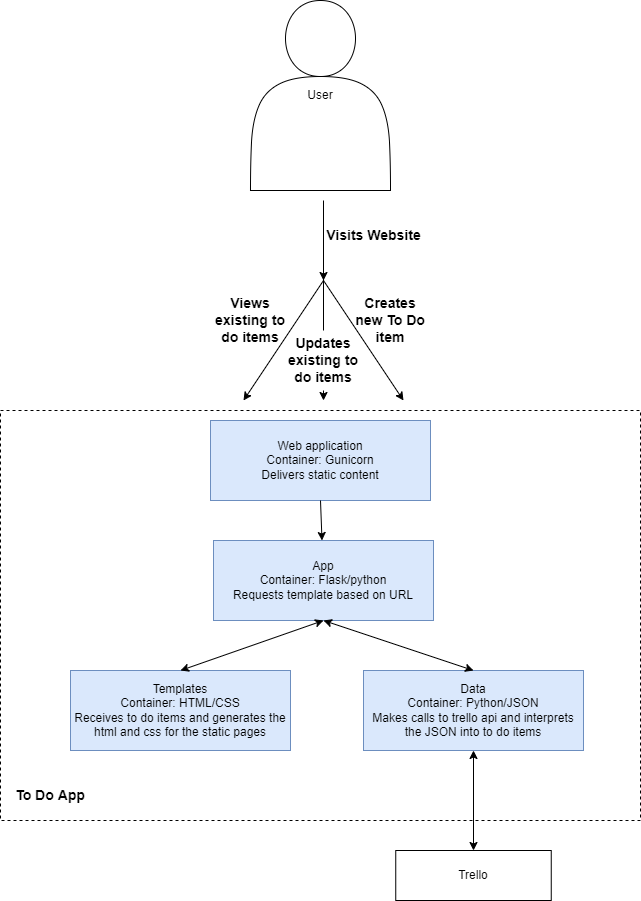
Earlier version of the draw.io export Documentation/To Do App - Component Diagram.png (KeithLev/Devops-Course-Starter). Source tidied: cells renumbered, new cells last; positions are measured from the earlier drawing's top-left corner, leaving out a move shared by most shapes. Source of this version:
```xml
<mxGraphModel>
  <root>
    <mxCell id="0" />
    <mxCell id="1" parent="0" />
    <mxCell id="2" value="User" style="shape=actor;whiteSpace=wrap;html=1;" parent="1" vertex="1">
      <mxGeometry x="250" width="140" height="190" as="geometry" />
    </mxCell>
    <mxCell id="3" style="endArrow=classic;html=1;rounded=0;" parent="1" edge="1">
      <mxGeometry relative="1" as="geometry">
        <mxPoint x="323" y="200" as="sourcePoint" />
        <mxPoint x="323" y="280" as="targetPoint" />
      </mxGeometry>
    </mxCell>
    <mxCell id="4" value="Visits Website" style="text;html=1;strokeColor=none;fillColor=none;align=center;verticalAlign=middle;whiteSpace=wrap;rounded=0;fontStyle=1;fontSize=14;" parent="1" vertex="1">
      <mxGeometry x="320" y="210" width="107" height="50" as="geometry" />
    </mxCell>
    <mxCell id="5" style="endArrow=classic;html=1;rounded=0;" parent="1" edge="1">
      <mxGeometry relative="1" as="geometry">
        <mxPoint x="323" y="280" as="sourcePoint" />
        <mxPoint x="243" y="400" as="targetPoint" />
      </mxGeometry>
    </mxCell>
    <mxCell id="6" style="endArrow=classic;html=1;rounded=0;startArrow=none;" parent="1" edge="1" source="9">
      <mxGeometry relative="1" as="geometry">
        <mxPoint x="323" y="400" as="targetPoint" />
      </mxGeometry>
    </mxCell>
    <mxCell id="7" style="endArrow=classic;html=1;rounded=0;" parent="1" edge="1">
      <mxGeometry relative="1" as="geometry">
        <mxPoint x="323" y="280" as="sourcePoint" />
        <mxPoint x="403" y="400" as="targetPoint" />
      </mxGeometry>
    </mxCell>
    <mxCell id="8" value="Views existing to do items" style="text;html=1;strokeColor=none;fillColor=none;align=center;verticalAlign=middle;whiteSpace=wrap;rounded=0;fontStyle=1;fontSize=14;" parent="1" vertex="1">
      <mxGeometry x="210" y="290" width="80" height="60" as="geometry" />
    </mxCell>
    <mxCell id="9" value="Updates existing to do items" style="text;html=1;strokeColor=none;fillColor=none;align=center;verticalAlign=middle;whiteSpace=wrap;rounded=0;fontStyle=1;fontSize=14;" parent="1" vertex="1">
      <mxGeometry x="283" y="330" width="80" height="60" as="geometry" />
    </mxCell>
    <mxCell id="10" style="endArrow=none;html=1;rounded=0;" parent="1" edge="1" target="9">
      <mxGeometry relative="1" as="geometry">
        <mxPoint x="323" y="270" as="sourcePoint" />
      </mxGeometry>
    </mxCell>
    <mxCell id="11" value="Creates new To Do item" style="text;html=1;strokeColor=none;fillColor=none;align=center;verticalAlign=middle;whiteSpace=wrap;rounded=0;fontStyle=1;fontSize=14;" parent="1" vertex="1">
      <mxGeometry x="350" y="300" width="80" height="40" as="geometry" />
    </mxCell>
    <mxCell id="12" style="rounded=0;whiteSpace=wrap;html=1;fillColor=none;dashed=1;" parent="1" vertex="1">
      <mxGeometry y="410" width="640" height="410" as="geometry" />
    </mxCell>
    <mxCell id="13" value="Web application&lt;br&gt;Container: Gunicorn&lt;br&gt;Delivers static content" style="rounded=0;whiteSpace=wrap;html=1;fillColor=#dae8fc;strokeColor=#6c8ebf;" parent="1" vertex="1">
      <mxGeometry x="210" y="420" width="220" height="80" as="geometry" />
    </mxCell>
    <mxCell id="14" value="Templates&lt;br&gt;Container: HTML/CSS&lt;br&gt;Receives to do items and generates the html and css for the static pages" style="rounded=0;whiteSpace=wrap;html=1;fillColor=#dae8fc;strokeColor=#6c8ebf;" parent="1" vertex="1">
      <mxGeometry x="70" y="670" width="220" height="80" as="geometry" />
    </mxCell>
    <mxCell id="15" value="Data&lt;br&gt;Container: Python/JSON&lt;br&gt;Makes calls to trello api and interprets the JSON into to do items" style="rounded=0;whiteSpace=wrap;html=1;fillColor=#dae8fc;strokeColor=#6c8ebf;" parent="1" vertex="1">
      <mxGeometry x="363" y="670" width="220" height="80" as="geometry" />
    </mxCell>
    <mxCell id="16" value="App&lt;br&gt;Container: Flask/python&lt;br&gt;Requests template based on URL" style="rounded=0;whiteSpace=wrap;html=1;fillColor=#dae8fc;strokeColor=#6c8ebf;" parent="1" vertex="1">
      <mxGeometry x="213" y="540" width="220" height="80" as="geometry" />
    </mxCell>
    <mxCell id="17" style="endArrow=classic;html=1;rounded=0;exitX=0.5;exitY=1;exitDx=0;exitDy=0;" parent="1" edge="1" source="13" target="16">
      <mxGeometry relative="1" as="geometry" />
    </mxCell>
    <mxCell id="18" style="endArrow=classic;startArrow=classic;html=1;rounded=0;exitX=0.5;exitY=0;exitDx=0;exitDy=0;entryX=0.5;entryY=1;entryDx=0;entryDy=0;" parent="1" edge="1" source="14" target="16">
      <mxGeometry relative="1" as="geometry" />
    </mxCell>
    <mxCell id="19" style="endArrow=classic;startArrow=classic;html=1;rounded=0;exitX=0.5;exitY=0;exitDx=0;exitDy=0;entryX=0.5;entryY=1;entryDx=0;entryDy=0;" parent="1" edge="1" source="15" target="16">
      <mxGeometry relative="1" as="geometry" />
    </mxCell>
    <mxCell id="20" value="To Do App" style="text;html=1;strokeColor=none;fillColor=none;align=center;verticalAlign=middle;whiteSpace=wrap;rounded=0;fontStyle=1;fontSize=14;" parent="1" vertex="1">
      <mxGeometry x="10" y="780" width="80" height="30" as="geometry" />
    </mxCell>
    <mxCell id="21" value="Trello" style="rounded=0;whiteSpace=wrap;html=1;fillColor=default;" parent="1" vertex="1">
      <mxGeometry x="395.2" y="850" width="155.5" height="50" as="geometry" />
    </mxCell>
    <mxCell id="22" style="endArrow=classic;startArrow=classic;html=1;rounded=0;entryX=0.5;entryY=1;entryDx=0;entryDy=0;exitX=0.5;exitY=0;exitDx=0;exitDy=0;" parent="1" edge="1" source="21" target="15">
      <mxGeometry relative="1" as="geometry" />
    </mxCell>
  </root>
</mxGraphModel>
```
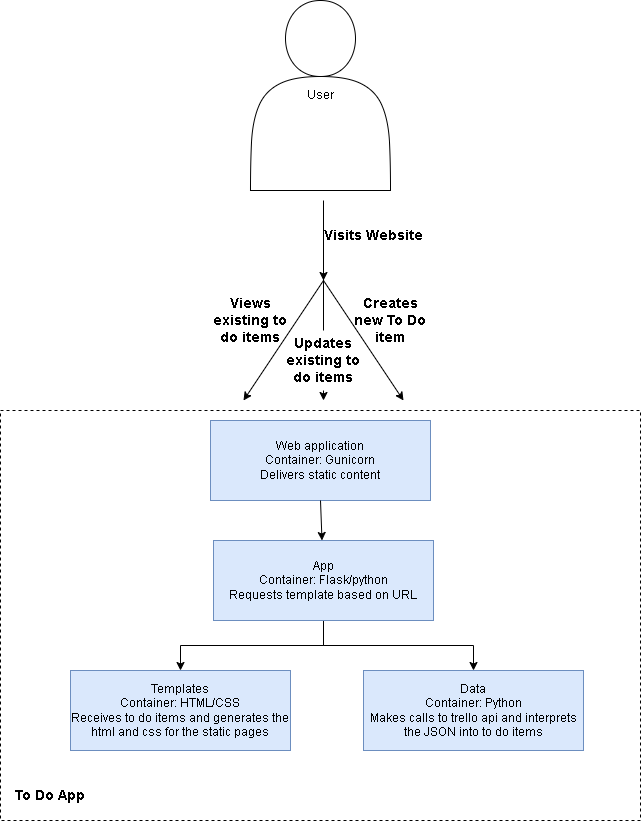
After the commit.

Diff of the diagram source:
```diff
@@ -54,29 +54,23 @@
     <mxCell id="14" value="Templates&lt;br&gt;Container: HTML/CSS&lt;br&gt;Receives to do items and generates the html and css for the static pages" style="rounded=0;whiteSpace=wrap;html=1;fillColor=#dae8fc;strokeColor=#6c8ebf;" parent="1" vertex="1">
       <mxGeometry x="70" y="670" width="220" height="80" as="geometry" />
     </mxCell>
-    <mxCell id="15" value="Data&lt;br&gt;Container: Python/JSON&lt;br&gt;Makes calls to trello api and interprets the JSON into to do items" style="rounded=0;whiteSpace=wrap;html=1;fillColor=#dae8fc;strokeColor=#6c8ebf;" parent="1" vertex="1">
+    <mxCell id="15" value="Data&lt;br&gt;Container: Python&lt;br&gt;Makes calls to trello api and interprets the JSON into to do items" style="rounded=0;whiteSpace=wrap;html=1;fillColor=#dae8fc;strokeColor=#6c8ebf;" parent="1" vertex="1">
       <mxGeometry x="363" y="670" width="220" height="80" as="geometry" />
     </mxCell>
+    <mxCell id="23" style="edgeStyle=orthogonalEdgeStyle;rounded=0;jettySize=auto;html=1;exitX=0.5;exitY=1;exitDx=0;exitDy=0;entryX=0.5;entryY=0;entryDx=0;entryDy=0;" parent="1" edge="1" source="16" target="15">
+      <mxGeometry relative="1" as="geometry" />
+    </mxCell>
+    <mxCell id="24" style="edgeStyle=orthogonalEdgeStyle;rounded=0;jettySize=auto;html=1;exitX=0.5;exitY=1;exitDx=0;exitDy=0;entryX=0.5;entryY=0;entryDx=0;entryDy=0;" parent="1" edge="1" source="16" target="14">
+      <mxGeometry relative="1" as="geometry" />
+    </mxCell>
     <mxCell id="16" value="App&lt;br&gt;Container: Flask/python&lt;br&gt;Requests template based on URL" style="rounded=0;whiteSpace=wrap;html=1;fillColor=#dae8fc;strokeColor=#6c8ebf;" parent="1" vertex="1">
       <mxGeometry x="213" y="540" width="220" height="80" as="geometry" />
     </mxCell>
     <mxCell id="17" style="endArrow=classic;html=1;rounded=0;exitX=0.5;exitY=1;exitDx=0;exitDy=0;" parent="1" edge="1" source="13" target="16">
       <mxGeometry relative="1" as="geometry" />
     </mxCell>
-    <mxCell id="18" style="endArrow=classic;startArrow=classic;html=1;rounded=0;exitX=0.5;exitY=0;exitDx=0;exitDy=0;entryX=0.5;entryY=1;entryDx=0;entryDy=0;" parent="1" edge="1" source="14" target="16">
-      <mxGeometry relative="1" as="geometry" />
-    </mxCell>
-    <mxCell id="19" style="endArrow=classic;startArrow=classic;html=1;rounded=0;exitX=0.5;exitY=0;exitDx=0;exitDy=0;entryX=0.5;entryY=1;entryDx=0;entryDy=0;" parent="1" edge="1" source="15" target="16">
-      <mxGeometry relative="1" as="geometry" />
-    </mxCell>
     <mxCell id="20" value="To Do App" style="text;html=1;strokeColor=none;fillColor=none;align=center;verticalAlign=middle;whiteSpace=wrap;rounded=0;fontStyle=1;fontSize=14;" parent="1" vertex="1">
       <mxGeometry x="10" y="780" width="80" height="30" as="geometry" />
     </mxCell>
-    <mxCell id="21" value="Trello" style="rounded=0;whiteSpace=wrap;html=1;fillColor=default;" parent="1" vertex="1">
-      <mxGeometry x="395.2" y="850" width="155.5" height="50" as="geometry" />
-    </mxCell>
-    <mxCell id="22" style="endArrow=classic;startArrow=classic;html=1;rounded=0;entryX=0.5;entryY=1;entryDx=0;entryDy=0;exitX=0.5;exitY=0;exitDx=0;exitDy=0;" parent="1" edge="1" source="21" target="15">
-      <mxGeometry relative="1" as="geometry" />
-    </mxCell>
   </root>
 </mxGraphModel>
```
